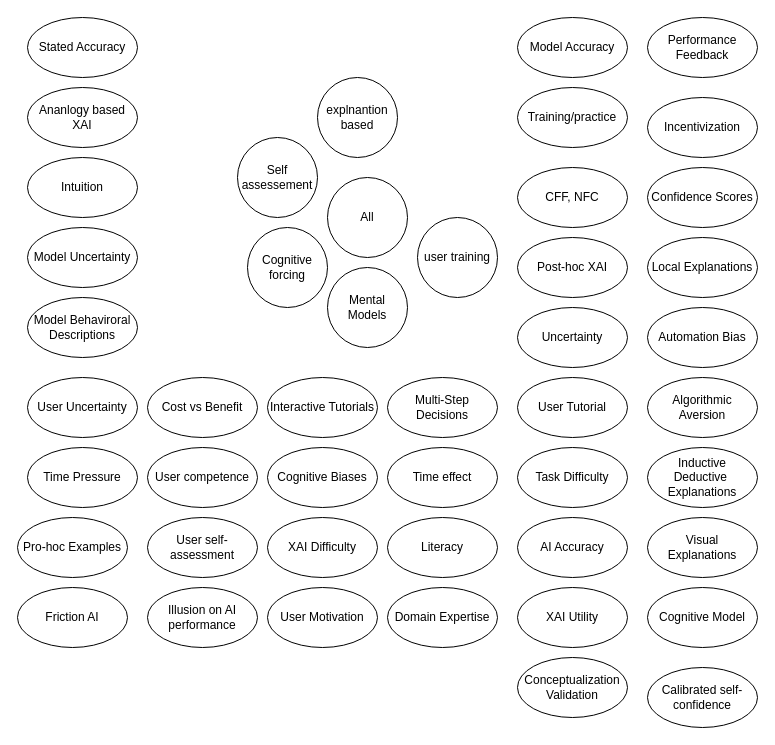
Before: ext/chi-rev-method-overview.drawio in raeeschaudhary/Coursera_Exams, a draw.io diagram. Source tidied: cells renumbered, new cells numbered last; positions are measured from the earlier drawing's top-left corner, leaving out a move shared by most shapes. Both pictures are drawn from the tidied source at 100%, with x=0, y=0 at pixel (17, 17).
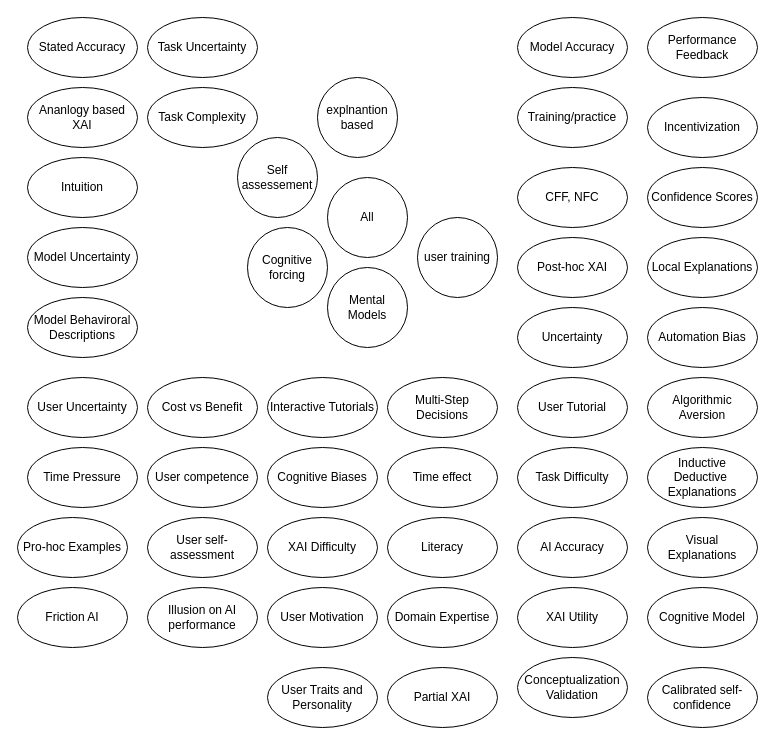
Above is the later version.

Diff of the diagram source:
```diff
@@
+    <mxCell id="49" value="Task Complexity" style="ellipse;whiteSpace=wrap;html=1;" parent="1" vertex="1">
+      <mxGeometry x="130" y="70" width="110" height="60" as="geometry" />
+    </mxCell>
+    <mxCell id="50" value="Task Uncertainty" style="ellipse;whiteSpace=wrap;html=1;" parent="1" vertex="1">
+      <mxGeometry x="130" width="110" height="60" as="geometry" />
+    </mxCell>
+    <mxCell id="51" value="Partial XAI" style="ellipse;whiteSpace=wrap;html=1;" parent="1" vertex="1">
+      <mxGeometry x="370" y="650" width="110" height="60" as="geometry" />
+    </mxCell>
+    <mxCell id="52" value="User Traits and Personality" style="ellipse;whiteSpace=wrap;html=1;" parent="1" vertex="1">
+      <mxGeometry x="250" y="650" width="110" height="60" as="geometry" />
+    </mxCell>
```
